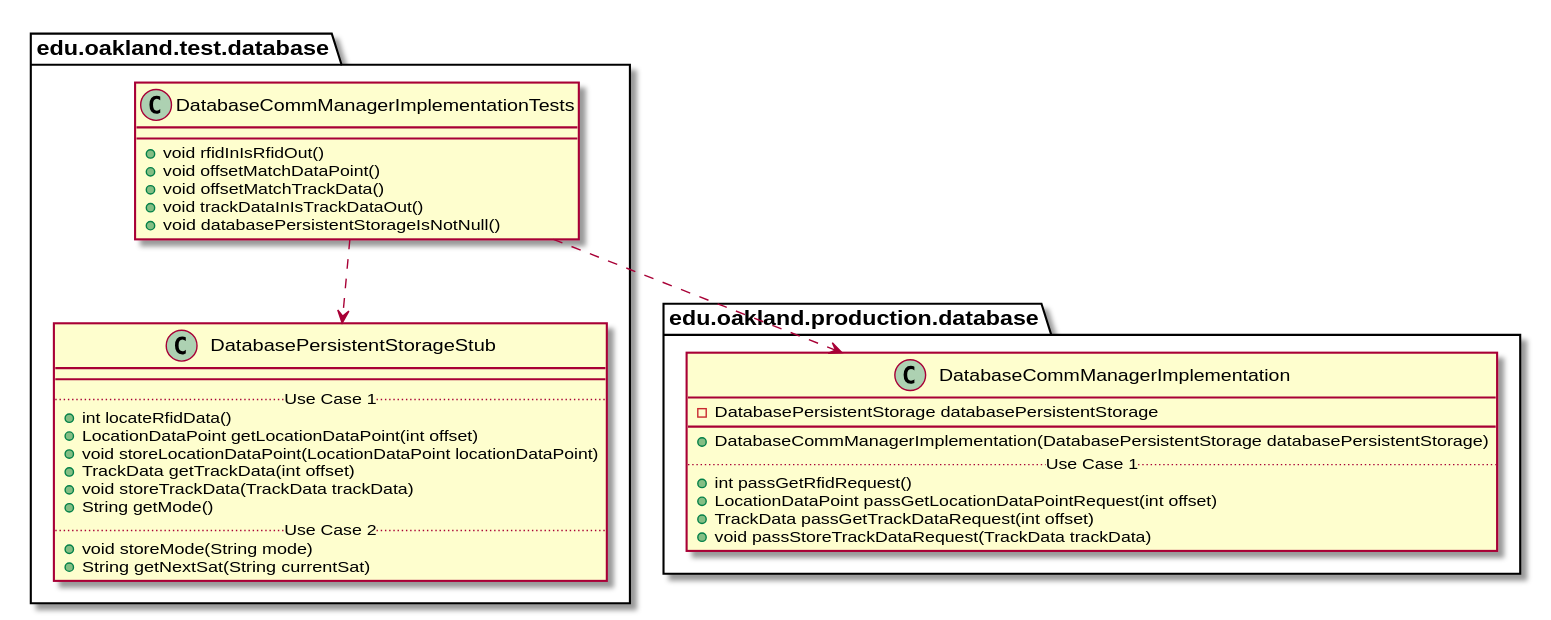
Above: docs/uml-class-diagrams/database/test/DatabaseCommManagerImplementationTests/DatabaseCommManagerImplementationTests_DirectDependencies.svg in andrewdimmer/csi-3370-software-project (PlantUML), before the change. The source it was exported from:
```plantuml
@startuml DatabaseCommManagerImplementationTests_DirectDependencies


package edu.oakland.test.database {
    class DatabaseCommManagerImplementationTests {
        + void rfidInIsRfidOut()
        + void offsetMatchDataPoint()
        + void offsetMatchTrackData()
        + void trackDataInIsTrackDataOut()
        + void databasePersistentStorageIsNotNull()
    }
}



package edu.oakland.test.database {
    class DatabasePersistentStorageStub {
        __
        .. Use Case 1 ..
        + int locateRfidData()
        + LocationDataPoint getLocationDataPoint(int offset)
        + void storeLocationDataPoint(LocationDataPoint locationDataPoint)
        + TrackData getTrackData(int offset)
        + void storeTrackData(TrackData trackData)
        + String getMode()
        .. Use Case 2 ..
        + void storeMode(String mode)
        + String getNextSat(String currentSat)
    }
}

DatabaseCommManagerImplementationTests ..> DatabasePersistentStorageStub


package edu.oakland.production.database {
    class DatabaseCommManagerImplementation {
        - DatabasePersistentStorage databasePersistentStorage
        __
        + DatabaseCommManagerImplementation(DatabasePersistentStorage databasePersistentStorage)
        .. Use Case 1 ..
        + int passGetRfidRequest()
        + LocationDataPoint passGetLocationDataPointRequest(int offset)
        + TrackData passGetTrackDataRequest(int offset)
        + void passStoreTrackDataRequest(TrackData trackData)
    }
}

DatabaseCommManagerImplementationTests ..> DatabaseCommManagerImplementation



@enduml
```
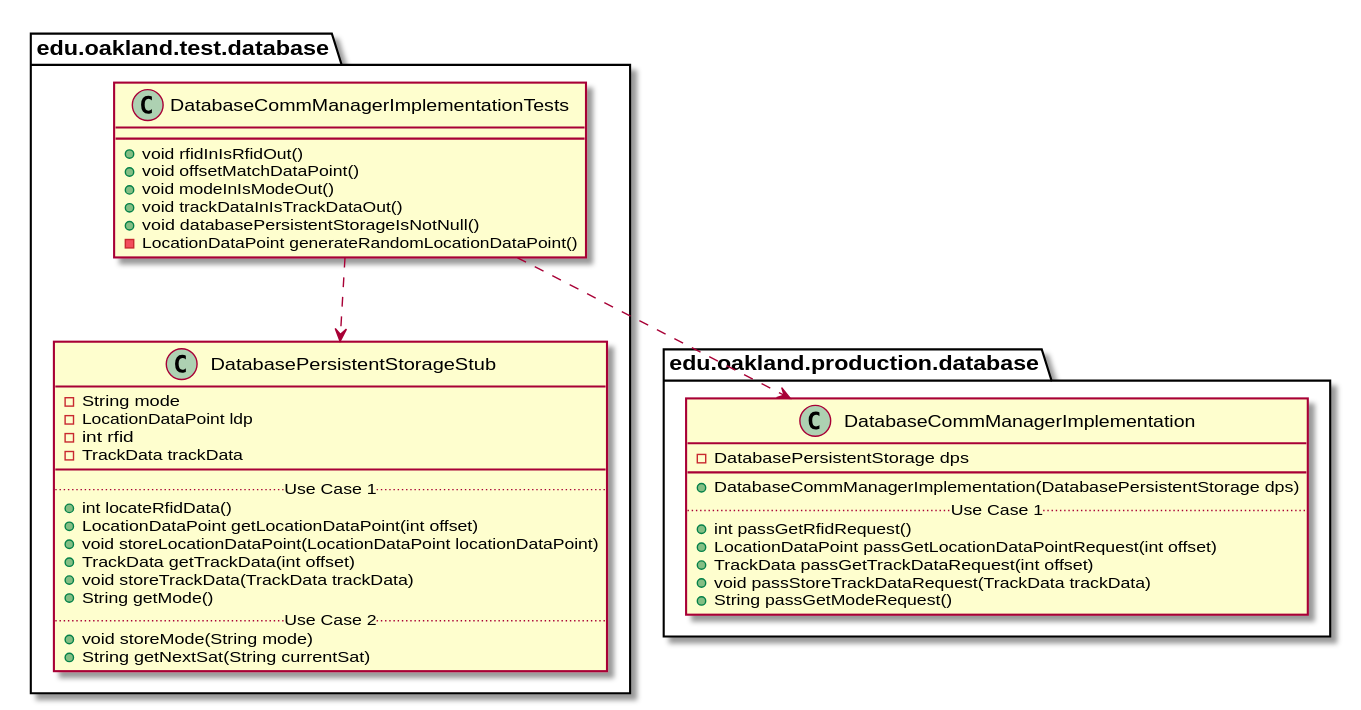
Above is the later version.

The edit, as a diff of the source:
```diff
@@ -5,9 +5,10 @@
     class DatabaseCommManagerImplementationTests {
         + void rfidInIsRfidOut()
         + void offsetMatchDataPoint()
-        + void offsetMatchTrackData()
+        + void modeInIsModeOut()
         + void trackDataInIsTrackDataOut()
         + void databasePersistentStorageIsNotNull()
+        - LocationDataPoint generateRandomLocationDataPoint()
     }
 }
 
@@ -15,6 +16,10 @@
 
 package edu.oakland.test.database {
     class DatabasePersistentStorageStub {
+        - String mode
+        - LocationDataPoint ldp
+        - int rfid
+        - TrackData trackData
         __
         .. Use Case 1 ..
         + int locateRfidData()
@@ -34,14 +39,15 @@
 
 package edu.oakland.production.database {
     class DatabaseCommManagerImplementation {
-        - DatabasePersistentStorage databasePersistentStorage
+        - DatabasePersistentStorage dps
         __
-        + DatabaseCommManagerImplementation(DatabasePersistentStorage databasePersistentStorage)
+        + DatabaseCommManagerImplementation(DatabasePersistentStorage dps)
         .. Use Case 1 ..
         + int passGetRfidRequest()
         + LocationDataPoint passGetLocationDataPointRequest(int offset)
         + TrackData passGetTrackDataRequest(int offset)
         + void passStoreTrackDataRequest(TrackData trackData)
+        + String passGetModeRequest()
     }
 }
 
```
